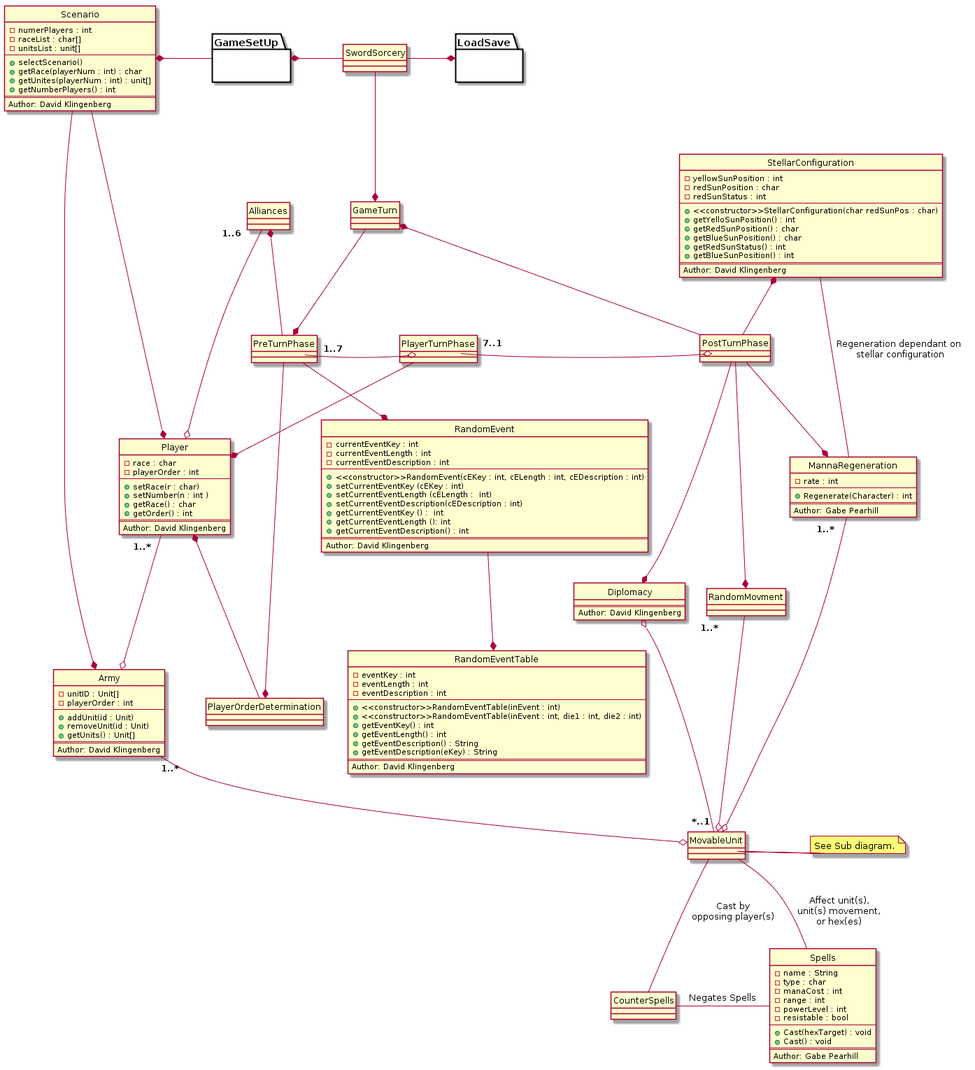
The PlantUML diagram src/ClassDiagrams/SubTeam_David_ Gabe_Class Diagram.png in bigwookiee/CS383, before a commit.
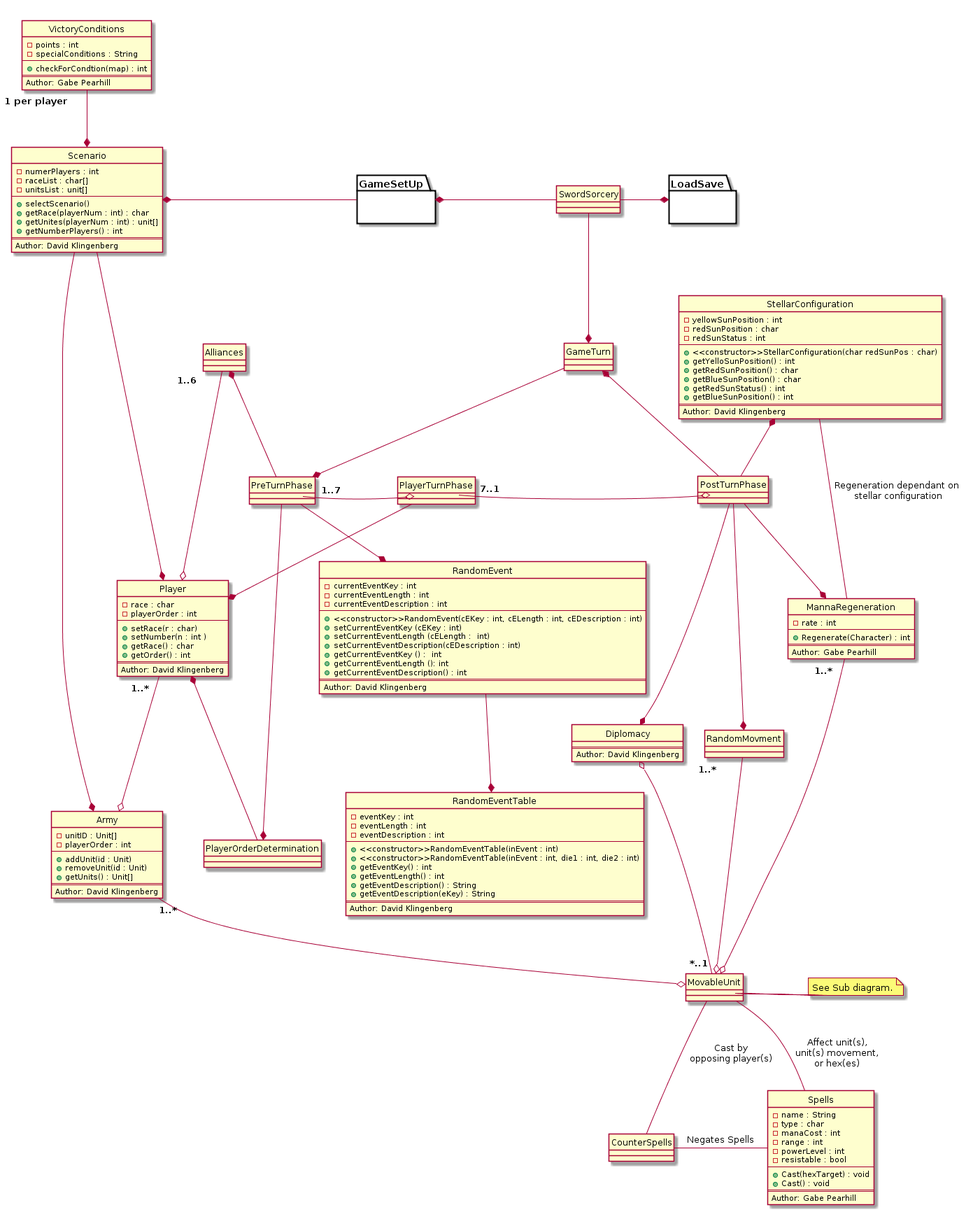
Later version of the same file.

Commit message:
Added Victory Conditions

What changed in the source:
```diff
@@ -106,6 +106,14 @@
    	==
    	Author: Gabe Pearhill
 }
+class VictoryConditions{
+	-points : int
+	-specialConditions : String
+	--
+	+checkForCondtion(map) : int
+	==
+	Author: Gabe Pearhill
+}
 class CounterSpells
 class PlayerOrderDetermination
 class Alliances
@@ -131,9 +139,6 @@
 Package LoadSave{
 }
 
-
-
-
 SwordSorcery --* GameTurn
 SwordSorcery -* LoadSave
 GameSetUp *- SwordSorcery
@@ -141,6 +146,7 @@
 
 Scenario --* Player
 Scenario --* Army
+VictoryConditions "<b>1 per player</b>" --* Scenario
 
 GameTurn *-- PostTurnPhase
 GameTurn --* PreTurnPhase
```
